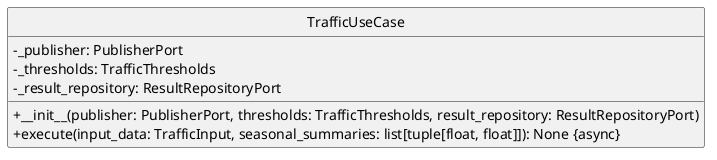
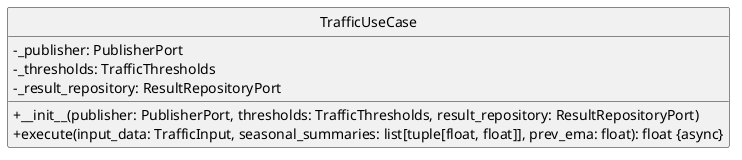
@startuml class-traffic-spike
hide circle
skinparam classAttributeIconSize 0

class TrafficUseCase {
    - _publisher: PublisherPort
    - _thresholds: TrafficThresholds
    - _result_repository: ResultRepositoryPort

    + __init__(publisher: PublisherPort, thresholds: TrafficThresholds, result_repository: ResultRepositoryPort)
-     + execute(input_data: TrafficInput, seasonal_summaries: list[tuple[float, float]]): None {async}
+     + execute(input_data: TrafficInput, seasonal_summaries: list[tuple[float, float]], prev_ema: float): float {async}
}

' Explanations:
- ' _thresholds: Configuration parameters including weights for the 4 detectors, standard deviation multipliers, and EMA alpha parameters.
+ ' _thresholds: Configuration parameters including weights for the 4 detectors, standard deviation multipliers, EMA alpha, and per-detector variance floors (z-score/IQR/EMA/seasonal each have their own *_VARIANCE_FLOOR).
' _publisher: Port adapter publishing traffic anomaly alerts to RabbitMQ.
' _result_repository: Postgres detection result repository.
- ' execute(): Calls the static detect function to run statistical calculations, registers anomalies using weighted voting from 4 detectors, and persists/publishes anomalies when triggered.
+ ' execute(): Calls the static detect function to run statistical calculations, registers anomalies using weighted voting from 4 detectors, and persists/publishes anomalies when triggered. prev_ema carries the EMA forward across ticks instead of re-seeding it per window; returns the updated EMA for the caller to persist (HistoryPort.update_ema_state()).

@enduml
